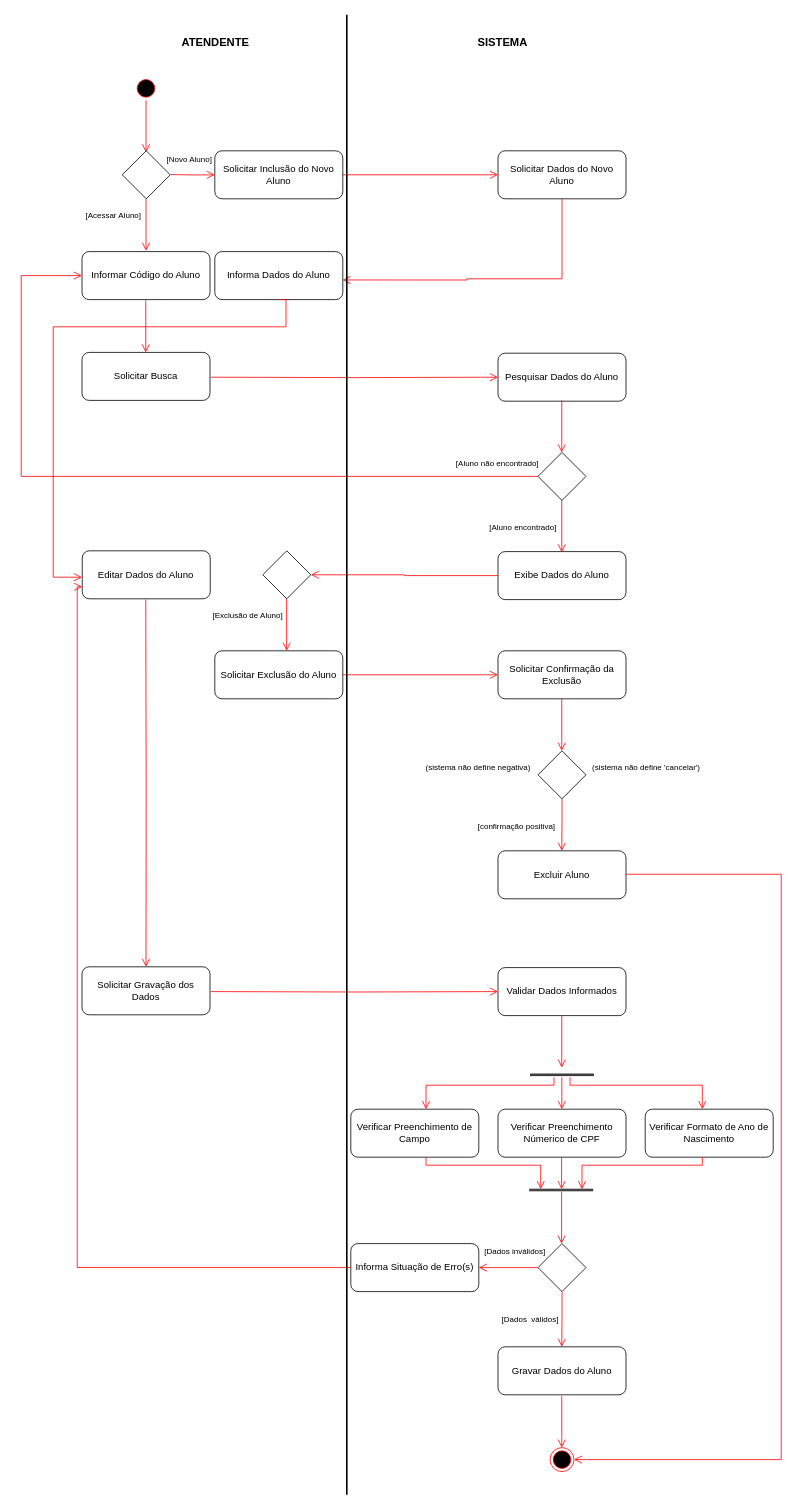
Ajnus/INF1013_Modelagem_De_Software keeps this draw.io diagram as Atividade Prática 3 - Diagrama de Atividades.drawio. Above is the earlier version. Source tidied: cells renumbered, new cells numbered last; positions are measured from the earlier drawing's top-left corner, leaving out a move shared by most shapes. Both pictures are drawn from the tidied source at 80%, with x=0, y=0 at pixel (21, 14).
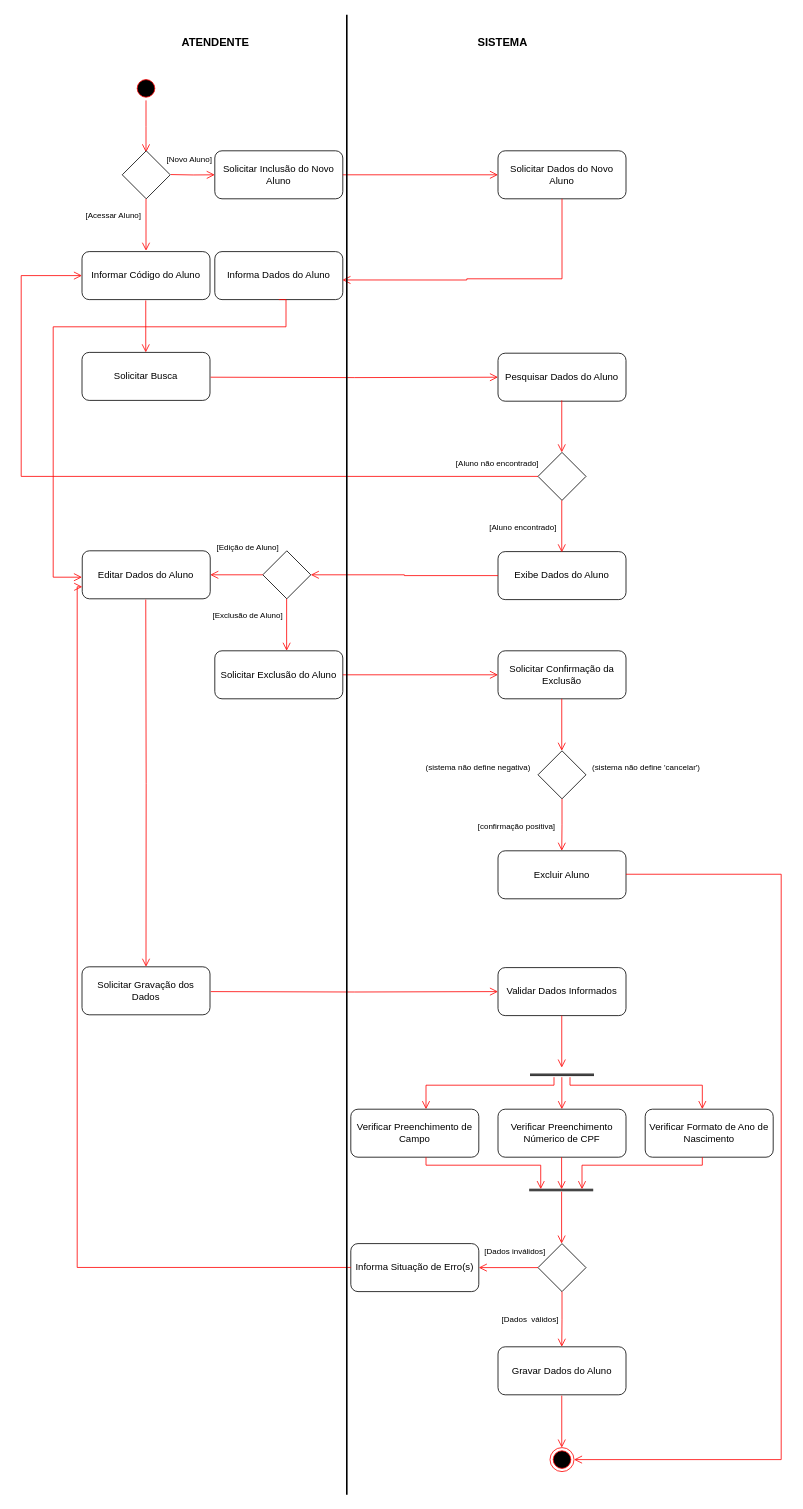
After the change.

Unchanged cells that the change refers to:
```xml
<mxCell id="12" value="Editar Dados do Aluno" style="rounded=1;whiteSpace=wrap;html=1;shadow=0;" parent="1" vertex="1">
  <mxGeometry x="76.3" y="670" width="160" height="60" as="geometry" />
</mxCell>
<mxCell id="38" style="rhombus;whiteSpace=wrap;html=1;rounded=0;shadow=0;glass=0;sketch=0;" parent="1" vertex="1">
  <mxGeometry x="302" y="670" width="60" height="60" as="geometry" />
</mxCell>
```

Change to the diagram source:
```diff
@@
+    <mxCell id="84" style="edgeStyle=orthogonalEdgeStyle;html=1;verticalAlign=bottom;endArrow=open;endSize=8;strokeColor=#ff0000;rounded=0;entryX=1;entryY=0.5;entryDx=0;entryDy=0;exitX=0;exitY=0.5;exitDx=0;exitDy=0;" parent="1" edge="1" source="38" target="12">
+      <mxGeometry relative="1" as="geometry" />
+    </mxCell>
+    <mxCell id="85" value="&lt;font style=&quot;font-size: 10px; background-color: transparent;&quot;&gt;[Edição de Aluno]&lt;/font&gt;" style="text;html=1;align=center;verticalAlign=middle;strokeColor=none;fillColor=none;fontSize=14;" parent="1" vertex="1">
+      <mxGeometry x="233" y="655" width="100" height="20" as="geometry" />
+    </mxCell>
```
